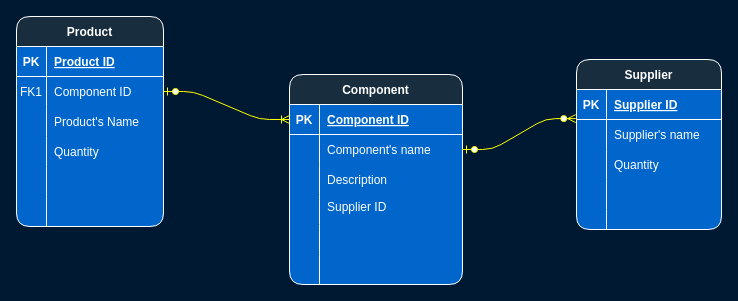
Before: Exercise1.drawio in longdhcloud9/ERD-database, a draw.io diagram. Source tidied: cells renumbered, new cells numbered last; positions are measured from the earlier drawing's top-left corner, leaving out a move shared by most shapes. Both pictures are drawn from the tidied source at 100%, with x=0, y=0 at pixel (16, 16).
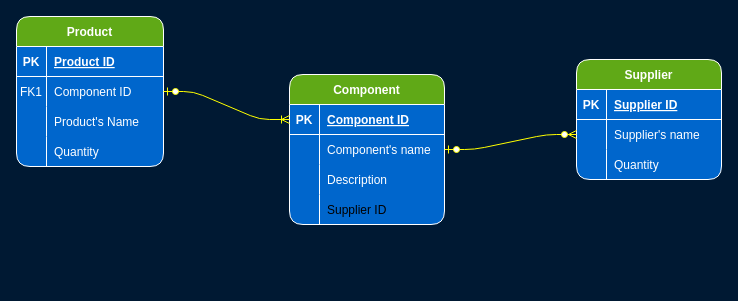
After the change.

Unchanged cells that the change refers to:
```xml
<mxCell id="25" style="shape=partialRectangle;fillColor=none;top=0;left=0;bottom=0;right=0;points=[[0,0.5],[1,0.5]];portConstraint=eastwest;strokeColor=#FFFFFF;fontColor=#FFFFFF;rounded=1;" parent="21" vertex="1">
  <mxGeometry y="60" width="145" height="30" as="geometry" />
</mxCell>
```

Change to the diagram source:
```diff
@@
-    <mxCell id="2" value="Product" style="shape=table;startSize=30;childLayout=tableLayout;rowLines=0;fontStyle=1;align=center;fillColor=#182E3E;strokeColor=#FFFFFF;labelBackgroundColor=none;fontColor=#FFFFFF;swimlaneFillColor=#0066CC;rounded=1;" parent="1" vertex="1">
-      <mxGeometry width="147" height="210" as="geometry" />
+    <mxCell id="2" value="Product" style="shape=table;startSize=30;childLayout=tableLayout;rowLines=0;fontStyle=1;align=center;fillColor=#60a917;labelBackgroundColor=none;fontColor=#ffffff;swimlaneFillColor=#0066CC;rounded=1;strokeColor=#FFFFFF;" parent="1" vertex="1">
+      <mxGeometry width="147" height="150" as="geometry" />
     </mxCell>
@@
-    <mxCell id="15" style="shape=partialRectangle;fillColor=none;top=0;left=0;bottom=0;right=0;strokeColor=#FFFFFF;fontColor=#FFFFFF;rounded=1;" parent="2" vertex="1">
-      <mxGeometry y="150" width="147" height="30" as="geometry" />
-    </mxCell>
-    <mxCell id="16" style="shape=partialRectangle;fillColor=none;top=0;left=0;bottom=0;right=0;fontStyle=0;overflow=hidden;strokeColor=#FFFFFF;fontColor=#FFFFFF;rounded=1;" parent="15" vertex="1">
-      <mxGeometry width="30" height="30" as="geometry" />
-    </mxCell>
-    <mxCell id="17" style="shape=partialRectangle;fillColor=none;top=0;left=0;bottom=0;right=0;align=left;spacingLeft=6;fontStyle=0;overflow=hidden;strokeColor=#FFFFFF;fontColor=#FFFFFF;rounded=1;" parent="15" vertex="1">
-      <mxGeometry x="30" width="117" height="30" as="geometry" />
-    </mxCell>
-    <mxCell id="18" style="shape=partialRectangle;fillColor=none;top=0;left=0;bottom=0;right=0;strokeColor=#FFFFFF;fontColor=#FFFFFF;rounded=1;" parent="2" vertex="1">
-      <mxGeometry y="180" width="147" height="30" as="geometry" />
-    </mxCell>
-    <mxCell id="19" style="shape=partialRectangle;fillColor=none;top=0;left=0;bottom=0;right=0;overflow=hidden;strokeColor=#FFFFFF;fontColor=#FFFFFF;rounded=1;" parent="18" vertex="1">
-      <mxGeometry width="30" height="30" as="geometry" />
-    </mxCell>
-    <mxCell id="20" style="shape=partialRectangle;fillColor=none;top=0;left=0;bottom=0;right=0;align=left;spacingLeft=6;overflow=hidden;strokeColor=#FFFFFF;fontColor=#FFFFFF;rounded=1;" parent="18" vertex="1">
-      <mxGeometry x="30" width="117" height="30" as="geometry" />
-    </mxCell>
-    <mxCell id="21" value="Supplier" style="shape=table;startSize=30;childLayout=tableLayout;rowLines=0;fontStyle=1;align=center;fillColor=#182E3E;strokeColor=#FFFFFF;fontColor=#FFFFFF;swimlaneFillColor=#0066CC;rounded=1;" parent="1" vertex="1">
-      <mxGeometry x="560" y="43" width="145" height="170" as="geometry" />
+    <mxCell id="21" value="Supplier" style="shape=table;startSize=30;childLayout=tableLayout;rowLines=0;fontStyle=1;align=center;fillColor=#60a917;fontColor=#ffffff;swimlaneFillColor=#0066CC;rounded=1;strokeColor=#FFFFFF;" parent="1" vertex="1">
+      <mxGeometry x="560" y="43" width="145" height="120" as="geometry" />
     </mxCell>
@@
-    <mxCell id="31" style="shape=partialRectangle;fillColor=none;top=0;left=0;bottom=0;right=0;strokeColor=#FFFFFF;fontColor=#FFFFFF;rounded=1;" parent="21" vertex="1">
-      <mxGeometry y="120" width="145" height="30" as="geometry" />
-    </mxCell>
-    <mxCell id="32" style="shape=partialRectangle;fillColor=none;top=0;left=0;bottom=0;right=0;overflow=hidden;strokeColor=#FFFFFF;fontColor=#FFFFFF;rounded=1;" parent="31" vertex="1">
-      <mxGeometry width="30" height="30" as="geometry" />
-    </mxCell>
-    <mxCell id="33" style="shape=partialRectangle;fillColor=none;top=0;left=0;bottom=0;right=0;align=left;spacingLeft=6;overflow=hidden;strokeColor=#FFFFFF;fontColor=#FFFFFF;rounded=1;" parent="31" vertex="1">
-      <mxGeometry x="30" width="115" height="30" as="geometry" />
-    </mxCell>
-    <mxCell id="34" style="shape=partialRectangle;fillColor=none;top=0;left=0;bottom=0;right=0;strokeColor=#FFFFFF;fontColor=#FFFFFF;rounded=1;" parent="21" vertex="1">
-      <mxGeometry y="150" width="145" height="20" as="geometry" />
-    </mxCell>
-    <mxCell id="35" style="shape=partialRectangle;fillColor=none;top=0;left=0;bottom=0;right=0;overflow=hidden;strokeColor=#FFFFFF;fontColor=#FFFFFF;rounded=1;" parent="34" vertex="1">
-      <mxGeometry width="30" height="20" as="geometry" />
-    </mxCell>
-    <mxCell id="36" style="shape=partialRectangle;fillColor=none;top=0;left=0;bottom=0;right=0;align=left;spacingLeft=6;overflow=hidden;strokeColor=#FFFFFF;fontColor=#FFFFFF;rounded=1;" parent="34" vertex="1">
-      <mxGeometry x="30" width="115" height="20" as="geometry" />
-    </mxCell>
-    <mxCell id="37" value="Component" style="shape=table;startSize=30;childLayout=tableLayout;rowLines=0;fontStyle=1;align=center;fillColor=#182E3E;strokeColor=#FFFFFF;fontColor=#FFFFFF;swimlaneFillColor=#0066CC;rounded=1;" parent="1" vertex="1">
-      <mxGeometry x="273" y="58" width="173" height="210" as="geometry" />
+    <mxCell id="37" value="Component" style="shape=table;startSize=30;childLayout=tableLayout;rowLines=0;fontStyle=1;align=center;fillColor=#60a917;fontColor=#ffffff;swimlaneFillColor=#0066CC;rounded=1;strokeColor=#FFFFFF;" parent="1" vertex="1">
+      <mxGeometry x="273" y="58" width="155" height="150" as="geometry" />
     </mxCell>
     <mxCell id="38" style="shape=partialRectangle;fillColor=none;top=0;left=0;bottom=1;right=0;points=[[0,0.5],[1,0.5]];portConstraint=eastwest;strokeColor=#FFFFFF;fontColor=#FFFFFF;rounded=1;" parent="37" vertex="1">
-      <mxGeometry y="30" width="173" height="30" as="geometry" />
+      <mxGeometry y="30" width="155" height="30" as="geometry" />
     </mxCell>
@@
     <mxCell id="40" value="Component ID" style="shape=partialRectangle;fillColor=none;top=0;left=0;bottom=0;right=0;align=left;spacingLeft=6;fontStyle=5;overflow=hidden;strokeColor=#FFFFFF;fontColor=#FFFFFF;rounded=1;" parent="38" vertex="1">
-      <mxGeometry x="30" width="143" height="30" as="geometry" />
+      <mxGeometry x="30" width="125" height="30" as="geometry" />
     </mxCell>
     <mxCell id="41" style="shape=partialRectangle;fillColor=none;top=0;left=0;bottom=0;right=0;points=[[0,0.5],[1,0.5]];portConstraint=eastwest;strokeColor=#FFFFFF;fontColor=#FFFFFF;rounded=1;" parent="37" vertex="1">
-      <mxGeometry y="60" width="173" height="30" as="geometry" />
+      <mxGeometry y="60" width="155" height="30" as="geometry" />
     </mxCell>
@@
     <mxCell id="43" value="Component's name" style="shape=partialRectangle;fillColor=none;top=0;left=0;bottom=0;right=0;align=left;spacingLeft=6;overflow=hidden;strokeColor=#FFFFFF;fontColor=#FFFFFF;rounded=1;" parent="41" vertex="1">
-      <mxGeometry x="30" width="143" height="30" as="geometry" />
+      <mxGeometry x="30" width="125" height="30" as="geometry" />
     </mxCell>
     <mxCell id="44" style="shape=partialRectangle;fillColor=none;top=0;left=0;bottom=0;right=0;strokeColor=#FFFFFF;fontColor=#FFFFFF;rounded=1;" parent="37" vertex="1">
-      <mxGeometry y="90" width="173" height="30" as="geometry" />
+      <mxGeometry y="90" width="155" height="30" as="geometry" />
     </mxCell>
@@
     <mxCell id="46" value="Description" style="shape=partialRectangle;fillColor=none;top=0;left=0;bottom=0;right=0;align=left;spacingLeft=6;overflow=hidden;strokeColor=#FFFFFF;fontColor=#FFFFFF;rounded=1;" parent="44" vertex="1">
-      <mxGeometry x="30" width="143" height="30" as="geometry" />
+      <mxGeometry x="30" width="125" height="30" as="geometry" />
     </mxCell>
-    <mxCell id="47" style="shape=partialRectangle;fillColor=none;top=0;left=0;bottom=0;right=0;strokeColor=#FFFFFF;fontColor=#FFFFFF;rounded=1;" parent="37" vertex="1">
-      <mxGeometry y="120" width="173" height="30" as="geometry" />
-    </mxCell>
-    <mxCell id="48" style="shape=partialRectangle;fillColor=none;top=0;left=0;bottom=0;right=0;fontStyle=0;overflow=hidden;strokeColor=#FFFFFF;fontColor=#FFFFFF;rounded=1;" parent="47" vertex="1">
-      <mxGeometry width="30" height="30" as="geometry" />
-    </mxCell>
-    <mxCell id="49" style="shape=partialRectangle;fillColor=none;top=0;left=0;bottom=0;right=0;align=left;spacingLeft=6;fontStyle=0;overflow=hidden;strokeColor=#FFFFFF;fontColor=#FFFFFF;rounded=1;" parent="47" vertex="1">
-      <mxGeometry x="30" width="143" height="30" as="geometry" />
-    </mxCell>
-    <mxCell id="50" style="shape=partialRectangle;fillColor=none;top=0;left=0;bottom=0;right=0;strokeColor=#FFFFFF;fontColor=#FFFFFF;rounded=1;" parent="37" vertex="1">
-      <mxGeometry y="150" width="173" height="30" as="geometry" />
-    </mxCell>
-    <mxCell id="51" style="shape=partialRectangle;fillColor=none;top=0;left=0;bottom=0;right=0;fontStyle=0;overflow=hidden;strokeColor=#FFFFFF;fontColor=#FFFFFF;rounded=1;" parent="50" vertex="1">
-      <mxGeometry width="30" height="30" as="geometry" />
-    </mxCell>
-    <mxCell id="52" style="shape=partialRectangle;fillColor=none;top=0;left=0;bottom=0;right=0;align=left;spacingLeft=6;fontStyle=0;overflow=hidden;strokeColor=#FFFFFF;fontColor=#FFFFFF;rounded=1;" parent="50" vertex="1">
-      <mxGeometry x="30" width="143" height="30" as="geometry" />
-    </mxCell>
-    <mxCell id="53" style="shape=partialRectangle;fillColor=none;top=0;left=0;bottom=0;right=0;strokeColor=#FFFFFF;fontColor=#FFFFFF;rounded=1;" parent="37" vertex="1">
-      <mxGeometry y="180" width="173" height="30" as="geometry" />
-    </mxCell>
-    <mxCell id="54" style="shape=partialRectangle;fillColor=none;top=0;left=0;bottom=0;right=0;overflow=hidden;strokeColor=#FFFFFF;fontColor=#FFFFFF;rounded=1;" parent="53" vertex="1">
-      <mxGeometry width="30" height="30" as="geometry" />
-    </mxCell>
-    <mxCell id="55" style="shape=partialRectangle;fillColor=none;top=0;left=0;bottom=0;right=0;align=left;spacingLeft=6;overflow=hidden;strokeColor=#FFFFFF;fontColor=#FFFFFF;rounded=1;" parent="53" vertex="1">
-      <mxGeometry x="30" width="143" height="30" as="geometry" />
-    </mxCell>
+    <mxCell id="59" style="shape=partialRectangle;fillColor=none;top=0;left=0;bottom=0;right=0;strokeColor=#FFFFFF;" parent="37" vertex="1">
+      <mxGeometry y="120" width="155" height="30" as="geometry" />
+    </mxCell>
+    <mxCell id="60" style="shape=partialRectangle;fillColor=none;top=0;left=0;bottom=0;right=0;overflow=hidden;" parent="59" vertex="1">
+      <mxGeometry width="30" height="30" as="geometry" />
+    </mxCell>
+    <mxCell id="57" value="Supplier ID" style="shape=partialRectangle;fillColor=none;top=0;left=0;bottom=0;right=0;align=left;spacingLeft=6;overflow=hidden;" parent="59" vertex="1">
+      <mxGeometry x="30" width="125" height="30" as="geometry" />
+    </mxCell>
@@
-    <mxCell id="57" value="Supplier ID" style="shape=partialRectangle;fillColor=none;top=0;left=0;bottom=0;right=0;align=left;spacingLeft=6;fontStyle=0;overflow=hidden;strokeColor=#FFFFFF;fontColor=#FFFFFF;rounded=1;" parent="1" vertex="1">
-      <mxGeometry x="303" y="175" width="128" height="30" as="geometry" />
-    </mxCell>
-    <mxCell id="58" style="edgeStyle=entityRelationEdgeStyle;fontSize=12;html=1;endArrow=ERzeroToMany;startArrow=ERzeroToOne;strokeColor=#FFFF00;entryX=-0.005;entryY=-0.03;entryDx=0;entryDy=0;entryPerimeter=0;exitX=1;exitY=0.5;exitDx=0;exitDy=0;" parent="1" edge="1" source="41" target="25">
+    <mxCell id="58" style="edgeStyle=entityRelationEdgeStyle;fontSize=12;html=1;endArrow=ERzeroToMany;startArrow=ERzeroToOne;strokeColor=#FFFF00;entryX=0;entryY=0.5;entryDx=0;entryDy=0;exitX=1;exitY=0.5;exitDx=0;exitDy=0;" parent="1" edge="1" source="41" target="25">
       <mxGeometry relative="1" as="geometry" />
     </mxCell>
```
